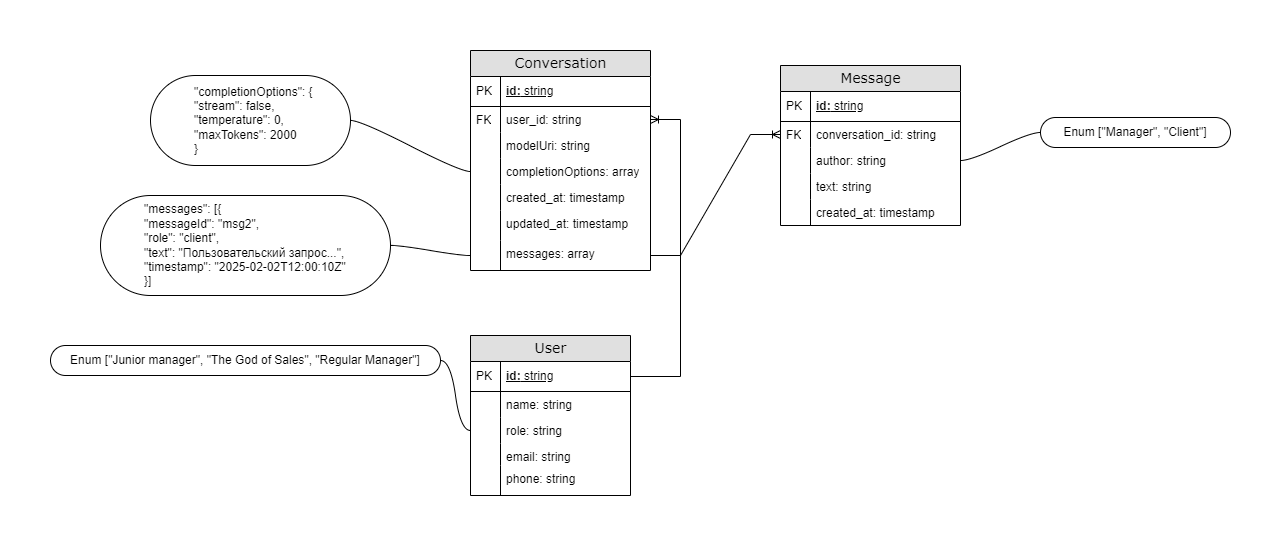
MikhaelKreslavskii/manager-trainee keeps this draw.io diagram as Docs/Diagrams/ER-diagram DB.png. Above is the earlier version. Source tidied: cells renumbered, new cells last; positions are measured from the earlier drawing's top-left corner, leaving out a move shared by most shapes.
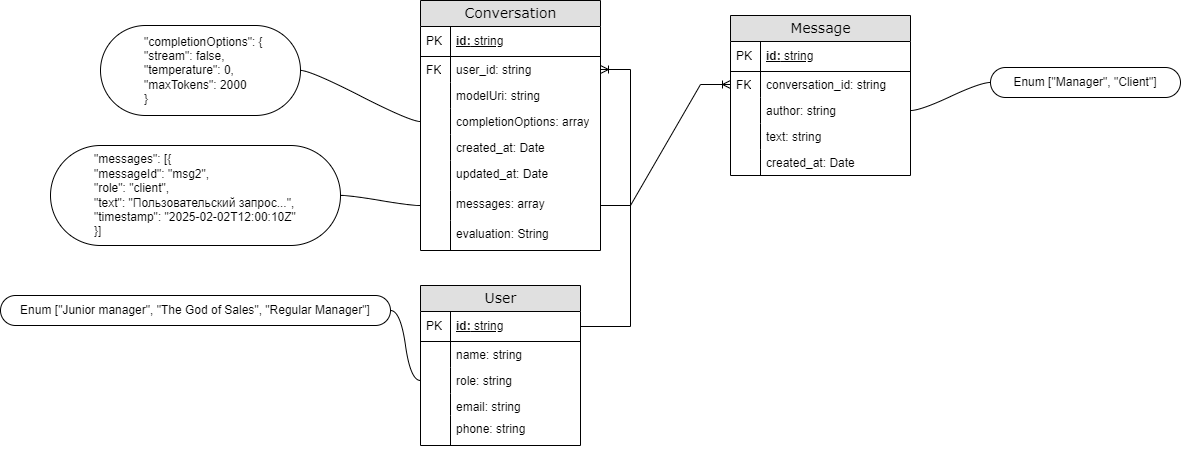
Later version of the same file.

Commit message:
Updated ERD. Added new attribute for Conversation

Diff of the diagram source:
```diff
@@ -3,7 +3,7 @@
     <mxCell id="0" />
     <mxCell id="1" parent="0" />
     <mxCell id="2" value="Conversation" style="swimlane;html=1;fontStyle=0;horizontal=1;startSize=26;fillColor=#e0e0e0;swimlaneFillColor=#ffffff;align=center;rounded=0;shadow=0;comic=0;labelBackgroundColor=none;strokeWidth=1;fontFamily=Verdana;fontSize=14;" parent="1" vertex="1">
-      <mxGeometry x="420" width="180" height="220" as="geometry" />
+      <mxGeometry x="420" width="180" height="250" as="geometry" />
     </mxCell>
     <mxCell id="3" value="id:&lt;span style=&quot;font-weight: normal;&quot;&gt; string&lt;/span&gt;" style="shape=partialRectangle;top=0;left=0;right=0;bottom=1;html=1;align=left;verticalAlign=middle;fillColor=none;spacingLeft=34;spacingRight=4;whiteSpace=wrap;overflow=hidden;fontStyle=5;" parent="2" vertex="1">
       <mxGeometry y="26" width="180" height="30" as="geometry" />
@@ -29,13 +29,13 @@
     <mxCell id="10" style="shape=partialRectangle;top=0;left=0;bottom=0;html=1;fillColor=none;align=left;verticalAlign=top;spacingLeft=4;spacingRight=4;whiteSpace=wrap;overflow=hidden;" parent="9" vertex="1">
       <mxGeometry width="30" height="26" as="geometry" />
     </mxCell>
-    <mxCell id="11" value="created_at: timestamp" style="shape=partialRectangle;top=0;left=0;right=0;bottom=0;html=1;align=left;verticalAlign=top;fillColor=none;spacingLeft=34;spacingRight=4;whiteSpace=wrap;overflow=hidden;" parent="2" vertex="1">
+    <mxCell id="11" value="created_at: Date" style="shape=partialRectangle;top=0;left=0;right=0;bottom=0;html=1;align=left;verticalAlign=top;fillColor=none;spacingLeft=34;spacingRight=4;whiteSpace=wrap;overflow=hidden;" parent="2" vertex="1">
       <mxGeometry y="134" width="180" height="26" as="geometry" />
     </mxCell>
     <mxCell id="12" style="shape=partialRectangle;top=0;left=0;bottom=0;html=1;fillColor=none;align=left;verticalAlign=top;spacingLeft=4;spacingRight=4;whiteSpace=wrap;overflow=hidden;" parent="11" vertex="1">
       <mxGeometry width="30" height="26" as="geometry" />
     </mxCell>
-    <mxCell id="13" value="updated_at: timestamp" style="shape=partialRectangle;top=0;left=0;right=0;bottom=0;html=1;align=left;verticalAlign=top;fillColor=none;spacingLeft=34;spacingRight=4;whiteSpace=wrap;overflow=hidden;" parent="2" vertex="1">
+    <mxCell id="13" value="updated_at: Date" style="shape=partialRectangle;top=0;left=0;right=0;bottom=0;html=1;align=left;verticalAlign=top;fillColor=none;spacingLeft=34;spacingRight=4;whiteSpace=wrap;overflow=hidden;" parent="2" vertex="1">
       <mxGeometry y="160" width="180" height="30" as="geometry" />
     </mxCell>
     <mxCell id="14" style="shape=partialRectangle;top=0;left=0;bottom=0;html=1;fillColor=none;align=left;verticalAlign=top;spacingLeft=4;spacingRight=4;whiteSpace=wrap;overflow=hidden;" parent="13" vertex="1">
@@ -47,6 +47,12 @@
     <mxCell id="16" style="shape=partialRectangle;top=0;left=0;bottom=0;html=1;fillColor=none;align=left;verticalAlign=top;spacingLeft=4;spacingRight=4;whiteSpace=wrap;overflow=hidden;" parent="15" vertex="1">
       <mxGeometry width="30" height="30" as="geometry" />
     </mxCell>
+    <mxCell id="49" value="evaluation: String" style="shape=partialRectangle;top=0;left=0;right=0;bottom=0;html=1;align=left;verticalAlign=top;fillColor=none;spacingLeft=34;spacingRight=4;whiteSpace=wrap;overflow=hidden;" parent="2" vertex="1">
+      <mxGeometry y="220" width="180" height="30" as="geometry" />
+    </mxCell>
+    <mxCell id="50" style="shape=partialRectangle;top=0;left=0;bottom=0;html=1;fillColor=none;align=left;verticalAlign=top;spacingLeft=4;spacingRight=4;whiteSpace=wrap;overflow=hidden;" parent="49" vertex="1">
+      <mxGeometry width="30" height="30" as="geometry" />
+    </mxCell>
     <mxCell id="17" value="Message" style="swimlane;html=1;fontStyle=0;horizontal=1;startSize=26;fillColor=#e0e0e0;swimlaneFillColor=#ffffff;align=center;rounded=0;shadow=0;comic=0;labelBackgroundColor=none;strokeWidth=1;fontFamily=Verdana;fontSize=14;" parent="1" vertex="1">
       <mxGeometry x="730" y="15" width="180" height="160" as="geometry" />
     </mxCell>
@@ -74,7 +80,7 @@
     <mxCell id="25" style="shape=partialRectangle;top=0;left=0;bottom=0;html=1;fillColor=none;align=left;verticalAlign=top;spacingLeft=4;spacingRight=4;whiteSpace=wrap;overflow=hidden;" parent="24" vertex="1">
       <mxGeometry width="30" height="26" as="geometry" />
     </mxCell>
-    <mxCell id="26" value="created_at: timestamp" style="shape=partialRectangle;top=0;left=0;right=0;bottom=0;html=1;align=left;verticalAlign=top;fillColor=none;spacingLeft=34;spacingRight=4;whiteSpace=wrap;overflow=hidden;" parent="17" vertex="1">
+    <mxCell id="26" value="created_at: Date" style="shape=partialRectangle;top=0;left=0;right=0;bottom=0;html=1;align=left;verticalAlign=top;fillColor=none;spacingLeft=34;spacingRight=4;whiteSpace=wrap;overflow=hidden;" parent="17" vertex="1">
       <mxGeometry y="134" width="180" height="26" as="geometry" />
     </mxCell>
     <mxCell id="27" style="shape=partialRectangle;top=0;left=0;bottom=0;html=1;fillColor=none;align=left;verticalAlign=top;spacingLeft=4;spacingRight=4;whiteSpace=wrap;overflow=hidden;" parent="26" vertex="1">
```
